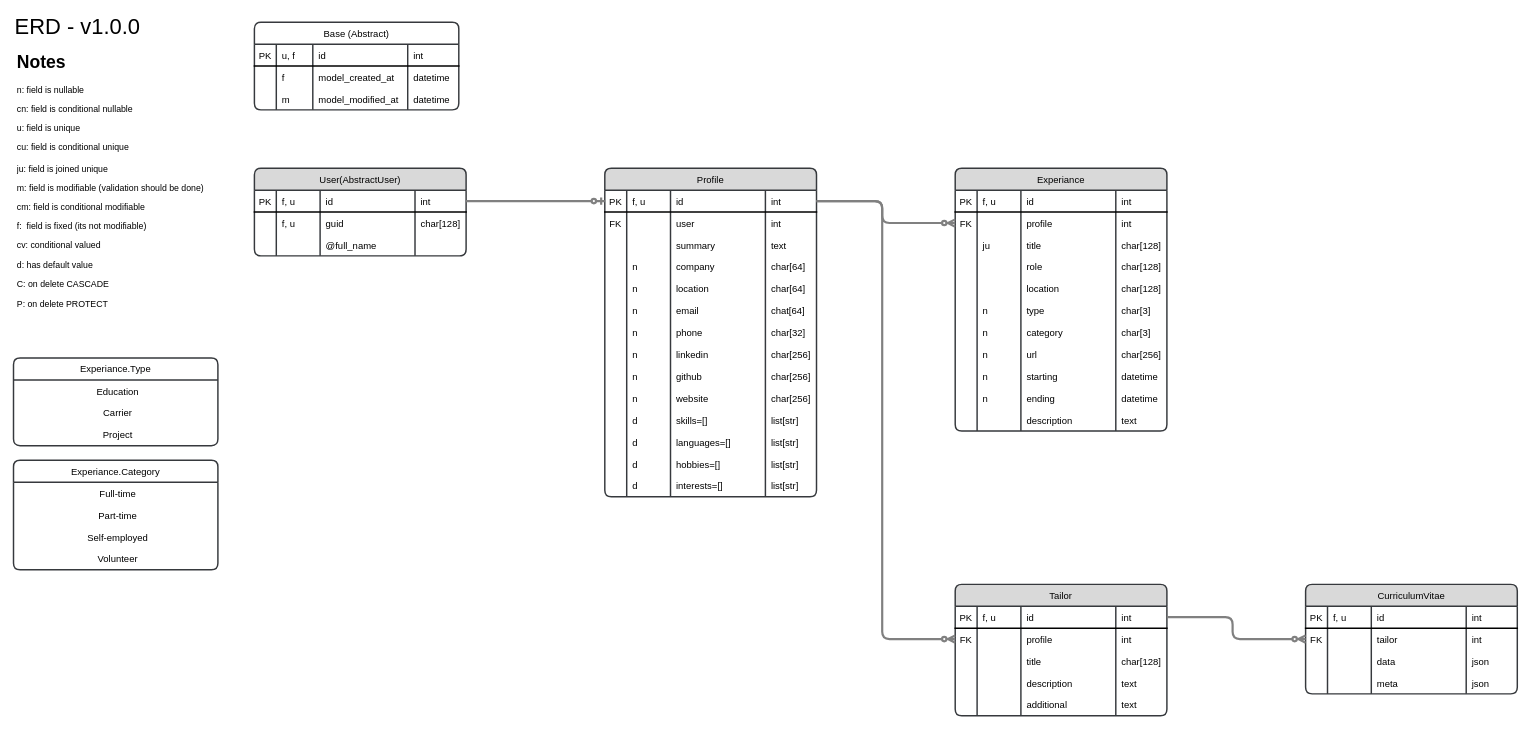
Above: docs/ERD.drawio in TailorVitAI/backend (draw.io), before the change. Source tidied: cells renumbered, new cells numbered last; positions are measured from the earlier drawing's top-left corner, leaving out a move shared by most shapes. Both pictures are drawn from the tidied source at 73%, with x=0, y=0 at pixel (13, 15).
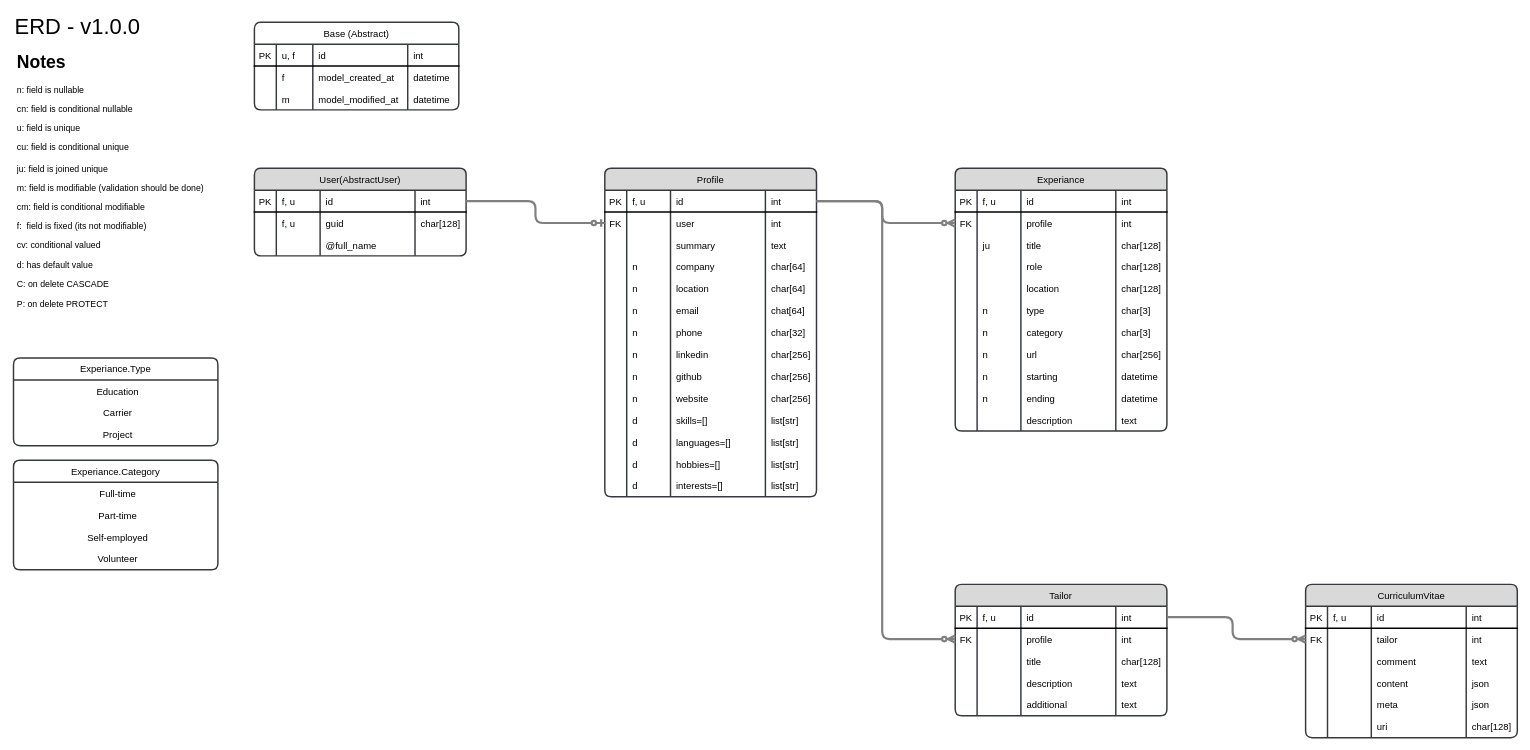
Above is the later version.

Unchanged cells that the change refers to:
```xml
<mxCell id="21" style="shape=tableRow;horizontal=0;startSize=0;swimlaneHead=0;swimlaneBody=0;fillColor=none;points=[[0,0.5],[1,0.5]];portConstraint=eastwest;top=0;left=0;right=0;bottom=1;rounded=1;strokeWidth=2;fontStyle=0;fontFamily=Helvetica;fontSize=13;" parent="20" vertex="1">
  <mxGeometry y="30" width="290" height="30" as="geometry" />
</mxCell>
<mxCell id="109" style="shape=tableRow;horizontal=0;startSize=0;swimlaneHead=0;swimlaneBody=0;fillColor=none;points=[[0,0.5],[1,0.5]];portConstraint=eastwest;top=0;left=0;right=0;bottom=1;rounded=1;strokeWidth=2;fontStyle=0;fontFamily=Helvetica;fontSize=13;" parent="108" vertex="1">
  <mxGeometry y="30" width="290" height="30" as="geometry" />
</mxCell>
<mxCell id="114" style="shape=tableRow;horizontal=0;startSize=0;swimlaneHead=0;swimlaneBody=0;fillColor=none;points=[[0,0.5],[1,0.5]];portConstraint=eastwest;top=0;left=0;right=0;bottom=0;rounded=1;strokeWidth=2;fontStyle=0;fontFamily=Helvetica;fontSize=13;" parent="108" vertex="1">
  <mxGeometry y="60" width="290" height="30" as="geometry" />
</mxCell>
```

Diff of the diagram source:
```diff
@@
-    <mxCell id="180" style="edgeStyle=none;html=1;endArrow=ERzeroToOne;strokeColor=#808080;strokeWidth=3;startArrow=none;startFill=0;endFill=0;" parent="1" edge="1" source="21" target="109">
+    <mxCell id="180" style="edgeStyle=orthogonalEdgeStyle;html=1;endArrow=ERzeroToOne;strokeColor=#808080;strokeWidth=3;startArrow=none;startFill=0;endFill=0;entryX=0;entryY=0.5;entryDx=0;entryDy=0;" parent="1" edge="1" source="21" target="114">
       <mxGeometry relative="1" as="geometry" />
     </mxCell>
@@
     <mxCell id="208" value="CurriculumVitae" style="shape=table;startSize=30;childLayout=tableLayout;rowLines=0;fontStyle=0;align=center;rounded=1;sketch=0;shadow=0;swimlaneLine=1;labelBorderColor=none;labelBackgroundColor=none;enumerate=0;fillColor=#D9D9D9;strokeColor=#36393d;fontSize=13;spacing=7;spacingTop=0;verticalAlign=bottom;arcSize=10;strokeWidth=2;fontFamily=Helvetica;" parent="1" vertex="1">
-      <mxGeometry x="1770" y="780" width="290" height="150" as="geometry" />
+      <mxGeometry x="1770" y="780" width="290" height="210" as="geometry" />
     </mxCell>
@@
+    <mxCell id="230" style="shape=tableRow;horizontal=0;startSize=0;swimlaneHead=0;swimlaneBody=0;fillColor=none;top=0;left=0;right=0;bottom=1;rounded=1;strokeWidth=2;fontStyle=0;fontFamily=Helvetica;fontSize=13;strokeColor=none;" parent="208" vertex="1">
+      <mxGeometry y="90" width="290" height="30" as="geometry" />
+    </mxCell>
+    <mxCell id="231" style="shape=partialRectangle;fillColor=none;top=0;left=0;bottom=0;right=0;fontStyle=0;overflow=hidden;rounded=1;strokeWidth=2;fontFamily=Helvetica;fontSize=13;" parent="230" vertex="1">
+      <mxGeometry width="30" height="30" as="geometry" />
+    </mxCell>
+    <mxCell id="232" style="shape=partialRectangle;fillColor=none;top=0;left=0;bottom=0;right=0;align=left;spacingLeft=6;fontStyle=0;overflow=hidden;rounded=1;strokeWidth=2;fontFamily=Helvetica;fontSize=13;" parent="230" vertex="1">
+      <mxGeometry x="30" width="60" height="30" as="geometry" />
+    </mxCell>
+    <mxCell id="233" value="comment" style="shape=partialRectangle;fillColor=none;top=0;left=0;bottom=0;right=0;align=left;spacingLeft=6;fontStyle=0;overflow=hidden;rounded=1;strokeWidth=2;fontFamily=Helvetica;fontSize=13;" parent="230" vertex="1">
+      <mxGeometry x="90" width="130" height="30" as="geometry" />
+    </mxCell>
+    <mxCell id="234" value="text" style="shape=partialRectangle;fillColor=none;top=0;left=0;bottom=0;right=0;align=left;spacingLeft=6;fontStyle=0;overflow=hidden;rounded=1;strokeWidth=2;fontFamily=Helvetica;fontSize=13;" parent="230" vertex="1">
+      <mxGeometry x="220" width="70" height="30" as="geometry" />
+    </mxCell>
     <mxCell id="219" style="shape=tableRow;horizontal=0;startSize=0;swimlaneHead=0;swimlaneBody=0;fillColor=none;top=0;left=0;right=0;bottom=1;rounded=1;strokeWidth=2;fontStyle=0;fontFamily=Helvetica;fontSize=13;strokeColor=none;" parent="208" vertex="1">
-      <mxGeometry y="90" width="290" height="30" as="geometry" />
+      <mxGeometry y="120" width="290" height="30" as="geometry" />
     </mxCell>
@@
-    <mxCell id="222" value="data" style="shape=partialRectangle;fillColor=none;top=0;left=0;bottom=0;right=0;align=left;spacingLeft=6;fontStyle=0;overflow=hidden;rounded=1;strokeWidth=2;fontFamily=Helvetica;fontSize=13;" parent="219" vertex="1">
+    <mxCell id="222" value="content" style="shape=partialRectangle;fillColor=none;top=0;left=0;bottom=0;right=0;align=left;spacingLeft=6;fontStyle=0;overflow=hidden;rounded=1;strokeWidth=2;fontFamily=Helvetica;fontSize=13;" parent="219" vertex="1">
       <mxGeometry x="90" width="130" height="30" as="geometry" />
     </mxCell>
@@
     <mxCell id="224" style="shape=tableRow;horizontal=0;startSize=0;swimlaneHead=0;swimlaneBody=0;fillColor=none;top=0;left=0;right=0;bottom=1;rounded=1;strokeWidth=2;fontStyle=0;fontFamily=Helvetica;fontSize=13;strokeColor=none;" parent="208" vertex="1">
-      <mxGeometry y="120" width="290" height="30" as="geometry" />
+      <mxGeometry y="150" width="290" height="30" as="geometry" />
     </mxCell>
@@
+    <mxCell id="235" style="shape=tableRow;horizontal=0;startSize=0;swimlaneHead=0;swimlaneBody=0;fillColor=none;top=0;left=0;right=0;bottom=1;rounded=1;strokeWidth=2;fontStyle=0;fontFamily=Helvetica;fontSize=13;strokeColor=none;" parent="208" vertex="1">
+      <mxGeometry y="180" width="290" height="30" as="geometry" />
+    </mxCell>
+    <mxCell id="236" style="shape=partialRectangle;fillColor=none;top=0;left=0;bottom=0;right=0;fontStyle=0;overflow=hidden;rounded=1;strokeWidth=2;fontFamily=Helvetica;fontSize=13;" parent="235" vertex="1">
+      <mxGeometry width="30" height="30" as="geometry" />
+    </mxCell>
+    <mxCell id="237" style="shape=partialRectangle;fillColor=none;top=0;left=0;bottom=0;right=0;align=left;spacingLeft=6;fontStyle=0;overflow=hidden;rounded=1;strokeWidth=2;fontFamily=Helvetica;fontSize=13;strokeColor=default;" parent="235" vertex="1">
+      <mxGeometry x="30" width="60" height="30" as="geometry" />
+    </mxCell>
+    <mxCell id="238" value="uri" style="shape=partialRectangle;fillColor=none;top=0;left=0;bottom=0;right=0;align=left;spacingLeft=6;fontStyle=0;overflow=hidden;rounded=1;strokeWidth=2;fontFamily=Helvetica;fontSize=13;" parent="235" vertex="1">
+      <mxGeometry x="90" width="130" height="30" as="geometry" />
+    </mxCell>
+    <mxCell id="239" value="char[128]" style="shape=partialRectangle;fillColor=none;top=0;left=0;bottom=0;right=0;align=left;spacingLeft=6;fontStyle=0;overflow=hidden;rounded=1;strokeWidth=2;fontFamily=Helvetica;fontSize=13;" parent="235" vertex="1">
+      <mxGeometry x="220" width="70" height="30" as="geometry" />
+    </mxCell>
```
